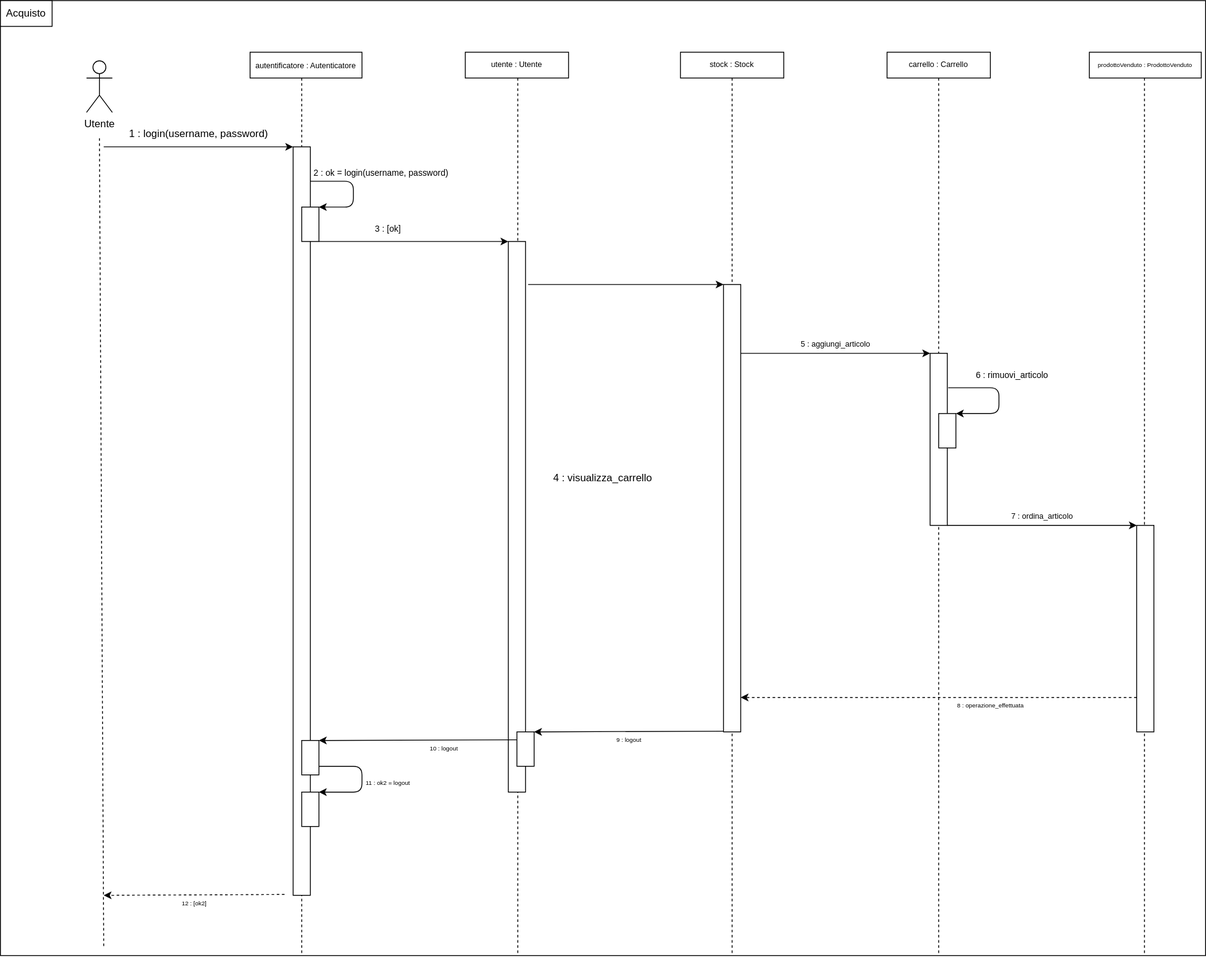
Earlier version of the draw.io export diagrammi/sequenza/acquisto.drawio.svg (MickTK/ProgettoFinaleISW). Source tidied: cells renumbered, new cells last; positions are measured from the earlier drawing's top-left corner, leaving out a move shared by most shapes.
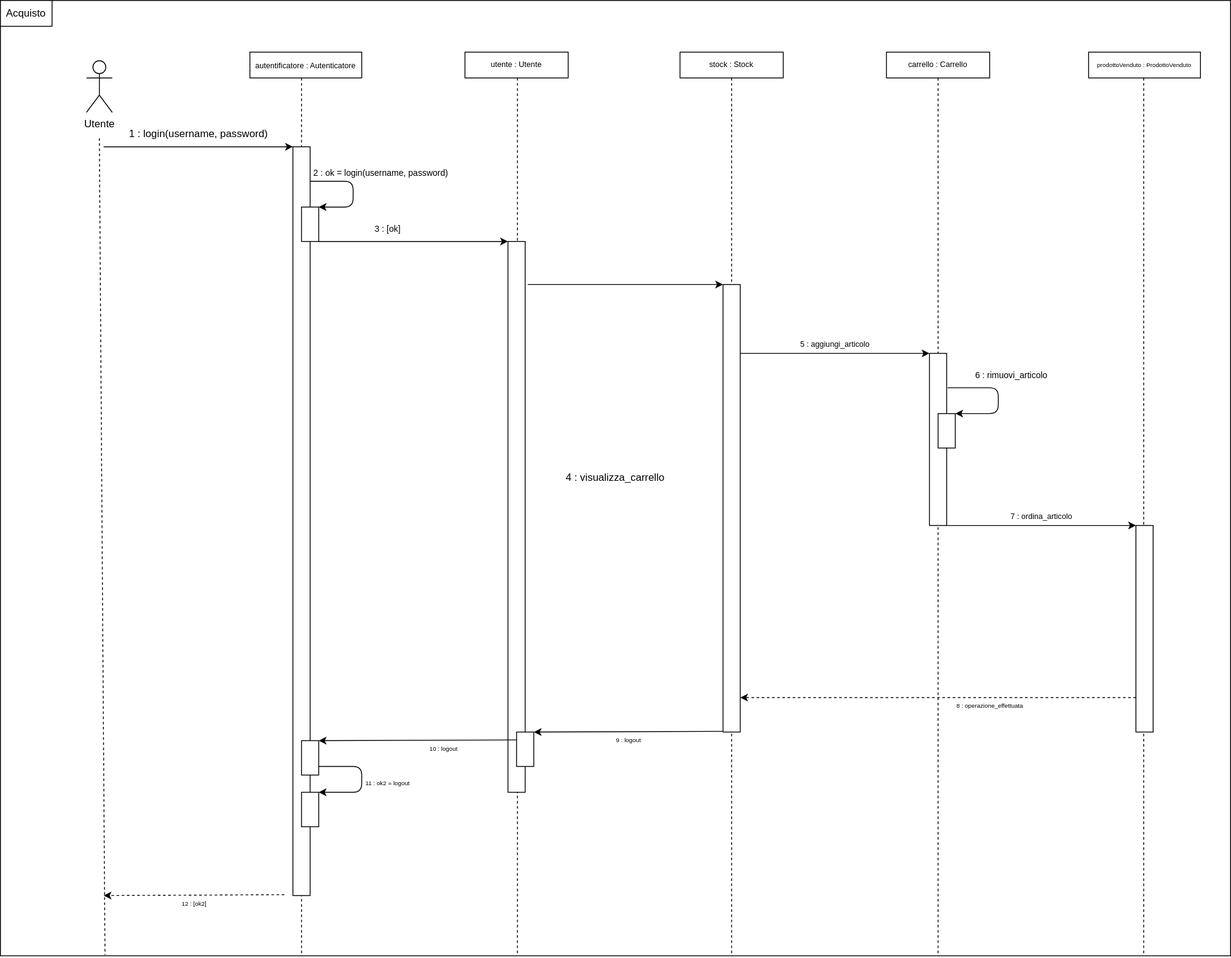
Above is the later version.

Commit message:
diagramma di sequenza vendita (scheletro) + modifica

Diff of the diagram source:
```diff
@@ -3,7 +3,7 @@
     <mxCell id="0" />
     <mxCell id="1" parent="0" />
     <mxCell id="2" value="4 : visualizza_carrello" style="rounded=0;whiteSpace=wrap;html=1;" parent="1" vertex="1">
-      <mxGeometry width="1400" height="1110" as="geometry" />
+      <mxGeometry width="1430" height="1110" as="geometry" />
     </mxCell>
     <mxCell id="3" style="edgeStyle=none;html=1;endArrow=none;endFill=0;dashed=1;" parent="1" edge="1">
       <mxGeometry relative="1" as="geometry">
@@ -35,10 +35,9 @@
         <mxPoint x="350" y="1110" as="targetPoint" />
       </mxGeometry>
     </mxCell>
-    <mxCell id="8" style="edgeStyle=none;html=1;endArrow=none;endFill=0;dashed=1;" parent="1" edge="1">
+    <mxCell id="8" style="edgeStyle=none;html=1;endArrow=none;endFill=0;dashed=1;entryX=0.085;entryY=0.999;entryDx=0;entryDy=0;entryPerimeter=0;" parent="1" edge="1" target="2">
       <mxGeometry relative="1" as="geometry">
         <mxPoint x="115" y="160" as="sourcePoint" />
-        <mxPoint x="120" y="1100" as="targetPoint" />
       </mxGeometry>
     </mxCell>
     <mxCell id="9" value="Utente" style="shape=umlActor;verticalLabelPosition=bottom;verticalAlign=top;html=1;" parent="1" vertex="1">
```
